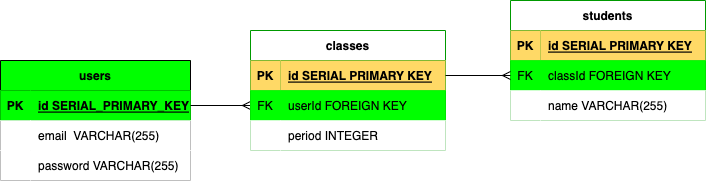
Before: hallpassERD.drawio.png, a diagram exported from draw.io (snacksident/hallpass-logger). Source tidied: cells renumbered, new cells last; positions are measured from the earlier drawing's top-left corner, leaving out a move shared by most shapes. Source of this version:
```xml
<mxGraphModel>
  <root>
    <mxCell id="0" />
    <mxCell id="1" parent="0" />
    <mxCell id="2" value="users" style="shape=table;startSize=30;rowLines=0;fontStyle=1;align=center;fillColor=#00FF00;" parent="1" vertex="1">
      <mxGeometry y="60" width="190" height="120" as="geometry" />
    </mxCell>
    <mxCell id="3" style="shape=tableRow;horizontal=0;startSize=0;swimlaneHead=0;swimlaneBody=0;fillColor=#00FF00;points=[[0,0.5],[1,0.5]];portConstraint=eastwest;top=0;left=0;right=0;bottom=1;strokeColor=#009900;" parent="2" vertex="1">
      <mxGeometry y="30" width="190" height="30" as="geometry" />
    </mxCell>
    <mxCell id="4" value="PK" style="shape=partialRectangle;fillColor=#00FF00;top=0;left=0;bottom=0;right=0;fontStyle=1;overflow=hidden;strokeColor=#009900;" parent="3" vertex="1">
      <mxGeometry width="30" height="30" as="geometry" />
    </mxCell>
    <mxCell id="5" value="id SERIAL_PRIMARY_KEY" style="shape=partialRectangle;fillColor=#00FF00;top=0;left=0;bottom=0;right=0;align=left;spacingLeft=6;fontStyle=5;overflow=hidden;strokeColor=#009900;" parent="3" vertex="1">
      <mxGeometry x="30" width="160" height="30" as="geometry" />
    </mxCell>
    <mxCell id="6" style="shape=tableRow;horizontal=0;startSize=0;swimlaneHead=0;swimlaneBody=0;fillColor=#FFFFFF;top=0;left=0;right=0;bottom=0;" parent="2" vertex="1">
      <mxGeometry y="60" width="190" height="30" as="geometry" />
    </mxCell>
    <mxCell id="7" style="shape=partialRectangle;fillColor=#FFFFFF;top=0;left=0;bottom=0;right=0;overflow=hidden;" parent="6" vertex="1">
      <mxGeometry width="30" height="30" as="geometry" />
    </mxCell>
    <mxCell id="8" value="email  VARCHAR(255)" style="shape=partialRectangle;fillColor=#FFFFFF;top=0;left=0;bottom=0;right=0;align=left;spacingLeft=6;overflow=hidden;" parent="6" vertex="1">
      <mxGeometry x="30" width="160" height="30" as="geometry" />
    </mxCell>
    <mxCell id="9" style="shape=tableRow;horizontal=0;startSize=0;swimlaneHead=0;swimlaneBody=0;fillColor=#FFFFFF;top=0;left=0;right=0;bottom=0;" parent="2" vertex="1">
      <mxGeometry y="90" width="190" height="30" as="geometry" />
    </mxCell>
    <mxCell id="10" style="shape=partialRectangle;fillColor=#FFFFFF;top=0;left=0;bottom=0;right=0;overflow=hidden;" parent="9" vertex="1">
      <mxGeometry width="30" height="30" as="geometry" />
    </mxCell>
    <mxCell id="11" value="password VARCHAR(255)" style="shape=partialRectangle;fillColor=#FFFFFF;top=0;left=0;bottom=0;right=0;align=left;spacingLeft=6;overflow=hidden;" parent="9" vertex="1">
      <mxGeometry x="30" width="160" height="30" as="geometry" />
    </mxCell>
    <mxCell id="12" value="students" style="shape=table;startSize=30;rowLines=0;fontStyle=1;align=center;strokeColor=#009900;fillColor=#FFFFFF;" parent="1" vertex="1">
      <mxGeometry x="510" width="195" height="120" as="geometry" />
    </mxCell>
    <mxCell id="13" style="shape=tableRow;horizontal=0;startSize=0;swimlaneHead=0;swimlaneBody=0;fillColor=none;points=[[0,0.5],[1,0.5]];portConstraint=eastwest;top=0;left=0;right=0;bottom=1;strokeColor=#009900;" parent="12" vertex="1">
      <mxGeometry y="30" width="195" height="30" as="geometry" />
    </mxCell>
    <mxCell id="14" value="PK" style="shape=partialRectangle;fillColor=#FFD966;top=0;left=0;bottom=0;right=0;fontStyle=1;overflow=hidden;strokeColor=#009900;" parent="13" vertex="1">
      <mxGeometry width="30" height="30" as="geometry" />
    </mxCell>
    <mxCell id="15" value="id SERIAL PRIMARY KEY" style="shape=partialRectangle;fillColor=#FFD966;top=0;left=0;bottom=0;right=0;align=left;spacingLeft=6;fontStyle=5;overflow=hidden;strokeColor=#009900;" parent="13" vertex="1">
      <mxGeometry x="30" width="165" height="30" as="geometry" />
    </mxCell>
    <mxCell id="16" style="shape=tableRow;horizontal=0;startSize=0;swimlaneHead=0;swimlaneBody=0;fillColor=#00FF00;points=[[0,0.5],[1,0.5]];portConstraint=eastwest;top=0;left=0;right=0;bottom=0;strokeColor=#009900;" parent="12" vertex="1">
      <mxGeometry y="60" width="195" height="30" as="geometry" />
    </mxCell>
    <mxCell id="17" value="FK" style="shape=partialRectangle;fillColor=#00FF00;top=0;left=0;bottom=0;right=0;fontStyle=0;overflow=hidden;strokeColor=#009900;" parent="16" vertex="1">
      <mxGeometry width="30" height="30" as="geometry" />
    </mxCell>
    <mxCell id="18" value="classId FOREIGN KEY" style="shape=partialRectangle;fillColor=#00FF00;top=0;left=0;bottom=0;right=0;align=left;spacingLeft=6;fontStyle=0;overflow=hidden;strokeColor=#009900;" parent="16" vertex="1">
      <mxGeometry x="30" width="165" height="30" as="geometry" />
    </mxCell>
    <mxCell id="19" style="shape=tableRow;horizontal=0;startSize=0;swimlaneHead=0;swimlaneBody=0;fillColor=#FFFFFF;top=0;left=0;right=0;bottom=0;strokeColor=#009900;" parent="12" vertex="1">
      <mxGeometry y="90" width="195" height="30" as="geometry" />
    </mxCell>
    <mxCell id="20" style="shape=partialRectangle;fillColor=#FFFFFF;top=0;left=0;bottom=0;right=0;overflow=hidden;strokeColor=#009900;" parent="19" vertex="1">
      <mxGeometry width="30" height="30" as="geometry" />
    </mxCell>
    <mxCell id="21" value="name VARCHAR(255)" style="shape=partialRectangle;fillColor=#FFFFFF;top=0;left=0;bottom=0;right=0;align=left;spacingLeft=6;overflow=hidden;strokeColor=#009900;" parent="19" vertex="1">
      <mxGeometry x="30" width="165" height="30" as="geometry" />
    </mxCell>
    <mxCell id="22" style="edgeStyle=orthogonalEdgeStyle;rounded=0;jettySize=auto;html=1;endArrow=ERmany;endFill=0;entryX=0;entryY=0.5;entryDx=0;entryDy=0;" parent="1" edge="1" source="3" target="27">
      <mxGeometry relative="1" as="geometry" />
    </mxCell>
    <mxCell id="23" value="classes" style="shape=table;startSize=30;rowLines=0;fontStyle=1;align=center;strokeColor=#009900;fillColor=#FFFFFF;" parent="1" vertex="1">
      <mxGeometry x="250" y="30" width="195" height="120" as="geometry" />
    </mxCell>
    <mxCell id="24" style="shape=tableRow;horizontal=0;startSize=0;swimlaneHead=0;swimlaneBody=0;fillColor=none;points=[[0,0.5],[1,0.5]];portConstraint=eastwest;top=0;left=0;right=0;bottom=1;strokeColor=#009900;" parent="23" vertex="1">
      <mxGeometry y="30" width="195" height="30" as="geometry" />
    </mxCell>
    <mxCell id="25" value="PK" style="shape=partialRectangle;fillColor=#FFD966;top=0;left=0;bottom=0;right=0;fontStyle=1;overflow=hidden;strokeColor=#009900;" parent="24" vertex="1">
      <mxGeometry width="30" height="30" as="geometry" />
    </mxCell>
    <mxCell id="26" value="id SERIAL PRIMARY KEY" style="shape=partialRectangle;fillColor=#FFD966;top=0;left=0;bottom=0;right=0;align=left;spacingLeft=6;fontStyle=5;overflow=hidden;strokeColor=#009900;" parent="24" vertex="1">
      <mxGeometry x="30" width="165" height="30" as="geometry" />
    </mxCell>
    <mxCell id="27" style="shape=tableRow;horizontal=0;startSize=0;swimlaneHead=0;swimlaneBody=0;fillColor=#00FF00;points=[[0,0.5],[1,0.5]];portConstraint=eastwest;top=0;left=0;right=0;bottom=0;strokeColor=#009900;" parent="23" vertex="1">
      <mxGeometry y="60" width="195" height="30" as="geometry" />
    </mxCell>
    <mxCell id="28" value="FK" style="shape=partialRectangle;fillColor=#00FF00;top=0;left=0;bottom=0;right=0;fontStyle=0;overflow=hidden;strokeColor=#009900;" parent="27" vertex="1">
      <mxGeometry width="30" height="30" as="geometry" />
    </mxCell>
    <mxCell id="29" value="userId FOREIGN KEY" style="shape=partialRectangle;fillColor=#00FF00;top=0;left=0;bottom=0;right=0;align=left;spacingLeft=6;fontStyle=0;overflow=hidden;strokeColor=#009900;" parent="27" vertex="1">
      <mxGeometry x="30" width="165" height="30" as="geometry" />
    </mxCell>
    <mxCell id="30" style="shape=tableRow;horizontal=0;startSize=0;swimlaneHead=0;swimlaneBody=0;fillColor=#FFFFFF;top=0;left=0;right=0;bottom=0;strokeColor=#009900;" parent="23" vertex="1">
      <mxGeometry y="90" width="195" height="30" as="geometry" />
    </mxCell>
    <mxCell id="31" style="shape=partialRectangle;fillColor=#FFFFFF;top=0;left=0;bottom=0;right=0;overflow=hidden;strokeColor=#009900;" parent="30" vertex="1">
      <mxGeometry width="30" height="30" as="geometry" />
    </mxCell>
    <mxCell id="32" value="period INTEGER" style="shape=partialRectangle;fillColor=#FFFFFF;top=0;left=0;bottom=0;right=0;align=left;spacingLeft=6;overflow=hidden;strokeColor=#009900;" parent="30" vertex="1">
      <mxGeometry x="30" width="165" height="30" as="geometry" />
    </mxCell>
    <mxCell id="33" style="edgeStyle=orthogonalEdgeStyle;rounded=0;jettySize=auto;html=1;exitX=1;exitY=0.5;exitDx=0;exitDy=0;entryX=0;entryY=0.5;entryDx=0;entryDy=0;endArrow=ERmany;endFill=0;" parent="1" edge="1" source="24" target="16">
      <mxGeometry relative="1" as="geometry" />
    </mxCell>
  </root>
</mxGraphModel>
```
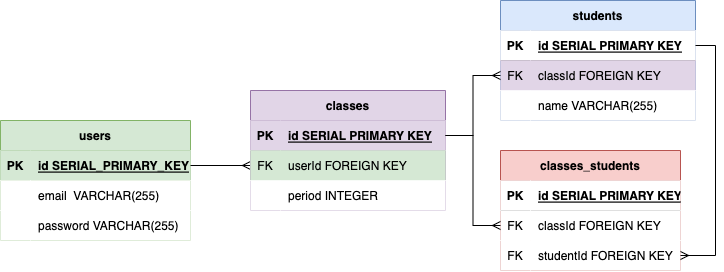
The same file after the commit.

What changed in the source:
```diff
@@ -2,16 +2,16 @@
   <root>
     <mxCell id="0" />
     <mxCell id="1" parent="0" />
-    <mxCell id="2" value="users" style="shape=table;startSize=30;rowLines=0;fontStyle=1;align=center;fillColor=#00FF00;" parent="1" vertex="1">
+    <mxCell id="2" value="users" style="shape=table;startSize=30;rowLines=0;fontStyle=1;align=center;fillColor=#d5e8d4;strokeColor=#82b366;" parent="1" vertex="1">
       <mxGeometry y="60" width="190" height="120" as="geometry" />
     </mxCell>
-    <mxCell id="3" style="shape=tableRow;horizontal=0;startSize=0;swimlaneHead=0;swimlaneBody=0;fillColor=#00FF00;points=[[0,0.5],[1,0.5]];portConstraint=eastwest;top=0;left=0;right=0;bottom=1;strokeColor=#009900;" parent="2" vertex="1">
+    <mxCell id="3" style="shape=tableRow;horizontal=0;startSize=0;swimlaneHead=0;swimlaneBody=0;fillColor=#d5e8d4;points=[[0,0.5],[1,0.5]];portConstraint=eastwest;top=0;left=0;right=0;bottom=1;strokeColor=#82b366;" parent="2" vertex="1">
       <mxGeometry y="30" width="190" height="30" as="geometry" />
     </mxCell>
-    <mxCell id="4" value="PK" style="shape=partialRectangle;fillColor=#00FF00;top=0;left=0;bottom=0;right=0;fontStyle=1;overflow=hidden;strokeColor=#009900;" parent="3" vertex="1">
+    <mxCell id="4" value="PK" style="shape=partialRectangle;fillColor=#d5e8d4;top=0;left=0;bottom=0;right=0;fontStyle=1;overflow=hidden;strokeColor=#82b366;" parent="3" vertex="1">
       <mxGeometry width="30" height="30" as="geometry" />
     </mxCell>
-    <mxCell id="5" value="id SERIAL_PRIMARY_KEY" style="shape=partialRectangle;fillColor=#00FF00;top=0;left=0;bottom=0;right=0;align=left;spacingLeft=6;fontStyle=5;overflow=hidden;strokeColor=#009900;" parent="3" vertex="1">
+    <mxCell id="5" value="id SERIAL_PRIMARY_KEY" style="shape=partialRectangle;fillColor=#d5e8d4;top=0;left=0;bottom=0;right=0;align=left;spacingLeft=6;fontStyle=5;overflow=hidden;strokeColor=#82b366;" parent="3" vertex="1">
       <mxGeometry x="30" width="160" height="30" as="geometry" />
     </mxCell>
     <mxCell id="6" style="shape=tableRow;horizontal=0;startSize=0;swimlaneHead=0;swimlaneBody=0;fillColor=#FFFFFF;top=0;left=0;right=0;bottom=0;" parent="2" vertex="1">
@@ -32,25 +32,25 @@
     <mxCell id="11" value="password VARCHAR(255)" style="shape=partialRectangle;fillColor=#FFFFFF;top=0;left=0;bottom=0;right=0;align=left;spacingLeft=6;overflow=hidden;" parent="9" vertex="1">
       <mxGeometry x="30" width="160" height="30" as="geometry" />
     </mxCell>
-    <mxCell id="12" value="students" style="shape=table;startSize=30;rowLines=0;fontStyle=1;align=center;strokeColor=#009900;fillColor=#FFFFFF;" parent="1" vertex="1">
-      <mxGeometry x="510" width="195" height="120" as="geometry" />
+    <mxCell id="12" value="students" style="shape=table;startSize=30;rowLines=0;fontStyle=1;align=center;strokeColor=#6c8ebf;fillColor=#dae8fc;" parent="1" vertex="1">
+      <mxGeometry x="500" y="-60" width="195" height="120" as="geometry" />
     </mxCell>
-    <mxCell id="13" style="shape=tableRow;horizontal=0;startSize=0;swimlaneHead=0;swimlaneBody=0;fillColor=none;points=[[0,0.5],[1,0.5]];portConstraint=eastwest;top=0;left=0;right=0;bottom=1;strokeColor=#009900;" parent="12" vertex="1">
+    <mxCell id="13" style="shape=tableRow;horizontal=0;startSize=0;swimlaneHead=0;swimlaneBody=0;points=[[0,0.5],[1,0.5]];portConstraint=eastwest;top=0;left=0;right=0;bottom=1;" parent="12" vertex="1">
       <mxGeometry y="30" width="195" height="30" as="geometry" />
     </mxCell>
-    <mxCell id="14" value="PK" style="shape=partialRectangle;fillColor=#FFD966;top=0;left=0;bottom=0;right=0;fontStyle=1;overflow=hidden;strokeColor=#009900;" parent="13" vertex="1">
+    <mxCell id="14" value="PK" style="shape=partialRectangle;top=0;left=0;bottom=0;right=0;fontStyle=1;overflow=hidden;" parent="13" vertex="1">
       <mxGeometry width="30" height="30" as="geometry" />
     </mxCell>
-    <mxCell id="15" value="id SERIAL PRIMARY KEY" style="shape=partialRectangle;fillColor=#FFD966;top=0;left=0;bottom=0;right=0;align=left;spacingLeft=6;fontStyle=5;overflow=hidden;strokeColor=#009900;" parent="13" vertex="1">
+    <mxCell id="15" value="id SERIAL PRIMARY KEY" style="shape=partialRectangle;top=0;left=0;bottom=0;right=0;align=left;spacingLeft=6;fontStyle=5;overflow=hidden;" parent="13" vertex="1">
       <mxGeometry x="30" width="165" height="30" as="geometry" />
     </mxCell>
-    <mxCell id="16" style="shape=tableRow;horizontal=0;startSize=0;swimlaneHead=0;swimlaneBody=0;fillColor=#00FF00;points=[[0,0.5],[1,0.5]];portConstraint=eastwest;top=0;left=0;right=0;bottom=0;strokeColor=#009900;" parent="12" vertex="1">
+    <mxCell id="16" style="shape=tableRow;horizontal=0;startSize=0;swimlaneHead=0;swimlaneBody=0;fillColor=#e1d5e7;points=[[0,0.5],[1,0.5]];portConstraint=eastwest;top=0;left=0;right=0;bottom=0;strokeColor=#9673a6;" parent="12" vertex="1">
       <mxGeometry y="60" width="195" height="30" as="geometry" />
     </mxCell>
-    <mxCell id="17" value="FK" style="shape=partialRectangle;fillColor=#00FF00;top=0;left=0;bottom=0;right=0;fontStyle=0;overflow=hidden;strokeColor=#009900;" parent="16" vertex="1">
+    <mxCell id="17" value="FK" style="shape=partialRectangle;fillColor=#e1d5e7;top=0;left=0;bottom=0;right=0;fontStyle=0;overflow=hidden;strokeColor=#9673a6;" parent="16" vertex="1">
       <mxGeometry width="30" height="30" as="geometry" />
     </mxCell>
-    <mxCell id="18" value="classId FOREIGN KEY" style="shape=partialRectangle;fillColor=#00FF00;top=0;left=0;bottom=0;right=0;align=left;spacingLeft=6;fontStyle=0;overflow=hidden;strokeColor=#009900;" parent="16" vertex="1">
+    <mxCell id="18" value="classId FOREIGN KEY" style="shape=partialRectangle;fillColor=#e1d5e7;top=0;left=0;bottom=0;right=0;align=left;spacingLeft=6;fontStyle=0;overflow=hidden;strokeColor=#9673a6;" parent="16" vertex="1">
       <mxGeometry x="30" width="165" height="30" as="geometry" />
     </mxCell>
     <mxCell id="19" style="shape=tableRow;horizontal=0;startSize=0;swimlaneHead=0;swimlaneBody=0;fillColor=#FFFFFF;top=0;left=0;right=0;bottom=0;strokeColor=#009900;" parent="12" vertex="1">
@@ -65,25 +65,25 @@
     <mxCell id="22" style="edgeStyle=orthogonalEdgeStyle;rounded=0;jettySize=auto;html=1;endArrow=ERmany;endFill=0;entryX=0;entryY=0.5;entryDx=0;entryDy=0;" parent="1" edge="1" source="3" target="27">
       <mxGeometry relative="1" as="geometry" />
     </mxCell>
-    <mxCell id="23" value="classes" style="shape=table;startSize=30;rowLines=0;fontStyle=1;align=center;strokeColor=#009900;fillColor=#FFFFFF;" parent="1" vertex="1">
+    <mxCell id="23" value="classes" style="shape=table;startSize=30;rowLines=0;fontStyle=1;align=center;strokeColor=#9673a6;fillColor=#e1d5e7;" parent="1" vertex="1">
       <mxGeometry x="250" y="30" width="195" height="120" as="geometry" />
     </mxCell>
-    <mxCell id="24" style="shape=tableRow;horizontal=0;startSize=0;swimlaneHead=0;swimlaneBody=0;fillColor=none;points=[[0,0.5],[1,0.5]];portConstraint=eastwest;top=0;left=0;right=0;bottom=1;strokeColor=#009900;" parent="23" vertex="1">
+    <mxCell id="24" style="shape=tableRow;horizontal=0;startSize=0;swimlaneHead=0;swimlaneBody=0;fillColor=#e1d5e7;points=[[0,0.5],[1,0.5]];portConstraint=eastwest;top=0;left=0;right=0;bottom=1;strokeColor=#9673a6;" parent="23" vertex="1">
       <mxGeometry y="30" width="195" height="30" as="geometry" />
     </mxCell>
-    <mxCell id="25" value="PK" style="shape=partialRectangle;fillColor=#FFD966;top=0;left=0;bottom=0;right=0;fontStyle=1;overflow=hidden;strokeColor=#009900;" parent="24" vertex="1">
+    <mxCell id="25" value="PK" style="shape=partialRectangle;fillColor=#e1d5e7;top=0;left=0;bottom=0;right=0;fontStyle=1;overflow=hidden;strokeColor=#9673a6;" parent="24" vertex="1">
       <mxGeometry width="30" height="30" as="geometry" />
     </mxCell>
-    <mxCell id="26" value="id SERIAL PRIMARY KEY" style="shape=partialRectangle;fillColor=#FFD966;top=0;left=0;bottom=0;right=0;align=left;spacingLeft=6;fontStyle=5;overflow=hidden;strokeColor=#009900;" parent="24" vertex="1">
+    <mxCell id="26" value="id SERIAL PRIMARY KEY" style="shape=partialRectangle;fillColor=#e1d5e7;top=0;left=0;bottom=0;right=0;align=left;spacingLeft=6;fontStyle=5;overflow=hidden;strokeColor=#9673a6;" parent="24" vertex="1">
       <mxGeometry x="30" width="165" height="30" as="geometry" />
     </mxCell>
-    <mxCell id="27" style="shape=tableRow;horizontal=0;startSize=0;swimlaneHead=0;swimlaneBody=0;fillColor=#00FF00;points=[[0,0.5],[1,0.5]];portConstraint=eastwest;top=0;left=0;right=0;bottom=0;strokeColor=#009900;" parent="23" vertex="1">
+    <mxCell id="27" style="shape=tableRow;horizontal=0;startSize=0;swimlaneHead=0;swimlaneBody=0;fillColor=#d5e8d4;points=[[0,0.5],[1,0.5]];portConstraint=eastwest;top=0;left=0;right=0;bottom=0;strokeColor=#82b366;" parent="23" vertex="1">
       <mxGeometry y="60" width="195" height="30" as="geometry" />
     </mxCell>
-    <mxCell id="28" value="FK" style="shape=partialRectangle;fillColor=#00FF00;top=0;left=0;bottom=0;right=0;fontStyle=0;overflow=hidden;strokeColor=#009900;" parent="27" vertex="1">
+    <mxCell id="28" value="FK" style="shape=partialRectangle;fillColor=#d5e8d4;top=0;left=0;bottom=0;right=0;fontStyle=0;overflow=hidden;strokeColor=#82b366;" parent="27" vertex="1">
       <mxGeometry width="30" height="30" as="geometry" />
     </mxCell>
-    <mxCell id="29" value="userId FOREIGN KEY" style="shape=partialRectangle;fillColor=#00FF00;top=0;left=0;bottom=0;right=0;align=left;spacingLeft=6;fontStyle=0;overflow=hidden;strokeColor=#009900;" parent="27" vertex="1">
+    <mxCell id="29" value="userId FOREIGN KEY" style="shape=partialRectangle;fillColor=#d5e8d4;top=0;left=0;bottom=0;right=0;align=left;spacingLeft=6;fontStyle=0;overflow=hidden;strokeColor=#82b366;" parent="27" vertex="1">
       <mxGeometry x="30" width="165" height="30" as="geometry" />
     </mxCell>
     <mxCell id="30" style="shape=tableRow;horizontal=0;startSize=0;swimlaneHead=0;swimlaneBody=0;fillColor=#FFFFFF;top=0;left=0;right=0;bottom=0;strokeColor=#009900;" parent="23" vertex="1">
@@ -98,5 +98,41 @@
     <mxCell id="33" style="edgeStyle=orthogonalEdgeStyle;rounded=0;jettySize=auto;html=1;exitX=1;exitY=0.5;exitDx=0;exitDy=0;entryX=0;entryY=0.5;entryDx=0;entryDy=0;endArrow=ERmany;endFill=0;" parent="1" edge="1" source="24" target="16">
       <mxGeometry relative="1" as="geometry" />
     </mxCell>
+    <mxCell id="34" value="classes_students" style="shape=table;startSize=30;rowLines=0;fontStyle=1;align=center;strokeColor=#b85450;fillColor=#f8cecc;" parent="1" vertex="1">
+      <mxGeometry x="500" y="90" width="180" height="120" as="geometry" />
+    </mxCell>
+    <mxCell id="35" style="shape=tableRow;horizontal=0;startSize=0;swimlaneHead=0;swimlaneBody=0;top=0;left=0;right=0;bottom=1;" parent="34" vertex="1">
+      <mxGeometry y="30" width="180" height="30" as="geometry" />
+    </mxCell>
+    <mxCell id="36" value="PK" style="shape=partialRectangle;top=0;left=0;bottom=0;right=0;fontStyle=1;overflow=hidden;" parent="35" vertex="1">
+      <mxGeometry width="30" height="30" as="geometry" />
+    </mxCell>
+    <mxCell id="37" value="id SERIAL PRIMARY KEY" style="shape=partialRectangle;top=0;left=0;bottom=0;right=0;align=left;spacingLeft=6;fontStyle=5;overflow=hidden;" parent="35" vertex="1">
+      <mxGeometry x="30" width="150" height="30" as="geometry" />
+    </mxCell>
+    <mxCell id="38" style="shape=tableRow;horizontal=0;startSize=0;swimlaneHead=0;swimlaneBody=0;points=[[0,0.5],[1,0.5]];portConstraint=eastwest;top=0;left=0;right=0;bottom=0;" parent="34" vertex="1">
+      <mxGeometry y="60" width="180" height="30" as="geometry" />
+    </mxCell>
+    <mxCell id="39" value="FK" style="shape=partialRectangle;top=0;left=0;bottom=0;right=0;overflow=hidden;" parent="38" vertex="1">
+      <mxGeometry width="30" height="30" as="geometry" />
+    </mxCell>
+    <mxCell id="40" value="classId FOREIGN KEY" style="shape=partialRectangle;top=0;left=0;bottom=0;right=0;align=left;spacingLeft=6;overflow=hidden;" parent="38" vertex="1">
+      <mxGeometry x="30" width="150" height="30" as="geometry" />
+    </mxCell>
+    <mxCell id="41" style="shape=tableRow;horizontal=0;startSize=0;swimlaneHead=0;swimlaneBody=0;points=[[0,0.5],[1,0.5]];portConstraint=eastwest;top=0;left=0;right=0;bottom=0;" parent="34" vertex="1">
+      <mxGeometry y="90" width="180" height="30" as="geometry" />
+    </mxCell>
+    <mxCell id="42" value="FK" style="shape=partialRectangle;top=0;left=0;bottom=0;right=0;overflow=hidden;" parent="41" vertex="1">
+      <mxGeometry width="30" height="30" as="geometry" />
+    </mxCell>
+    <mxCell id="43" value="studentId FOREIGN KEY" style="shape=partialRectangle;top=0;left=0;bottom=0;right=0;align=left;spacingLeft=6;overflow=hidden;" parent="41" vertex="1">
+      <mxGeometry x="30" width="150" height="30" as="geometry" />
+    </mxCell>
+    <mxCell id="44" style="edgeStyle=orthogonalEdgeStyle;rounded=0;jettySize=auto;html=1;exitX=1;exitY=0.5;exitDx=0;exitDy=0;entryX=0;entryY=0.5;entryDx=0;entryDy=0;endArrow=ERmany;endFill=0;" parent="1" edge="1" source="24" target="38">
+      <mxGeometry relative="1" as="geometry" />
+    </mxCell>
+    <mxCell id="45" style="edgeStyle=orthogonalEdgeStyle;rounded=0;jettySize=auto;html=1;exitX=1;exitY=0.5;exitDx=0;exitDy=0;entryX=1;entryY=0.5;entryDx=0;entryDy=0;endArrow=ERmany;endFill=0;" parent="1" edge="1" source="13" target="41">
+      <mxGeometry relative="1" as="geometry" />
+    </mxCell>
   </root>
 </mxGraphModel>
```
